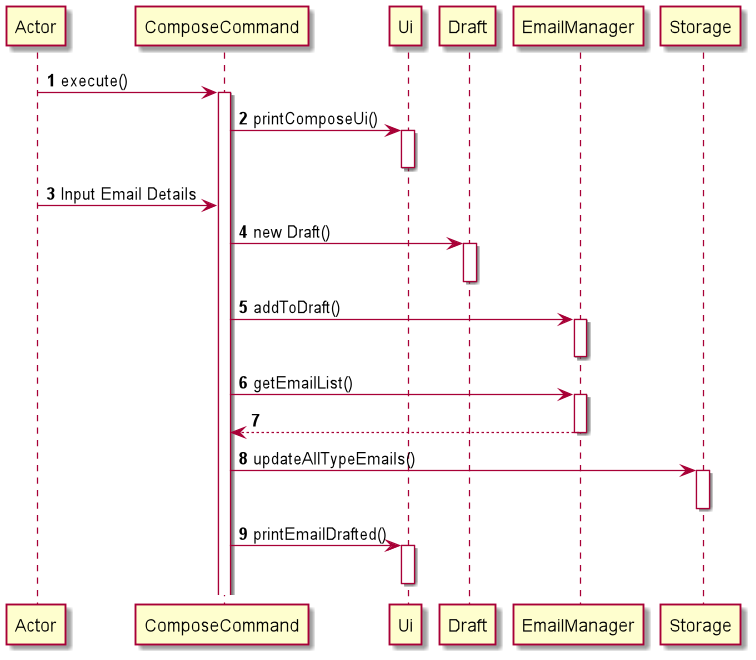
Before: docs/Sequence Diagrams/ComposeCommand.png, a diagram exported from PlantUML (yanli1215/tp). Source of this version:
```plantuml
@startuml

autonumber

Actor -> ComposeCommand : execute()
activate ComposeCommand

ComposeCommand -> Ui : printComposeUi()
activate Ui
deactivate Ui

Actor -> ComposeCommand : Input Email Details

ComposeCommand -> Draft : new Draft()
activate Draft
deactivate Draft

ComposeCommand -> EmailManager : addToDraft()
activate EmailManager
deactivate EmailManager

ComposeCommand -> EmailManager : getEmailList()
activate EmailManager
EmailManager ---> ComposeCommand
deactivate EmailManager

ComposeCommand -> Storage : updateAllTypeEmails()
activate Storage
deactivate Storage

ComposeCommand -> Ui : printEmailDrafted()
activate Ui
deactivate Ui



deactivate EmailManager
@enduml
```
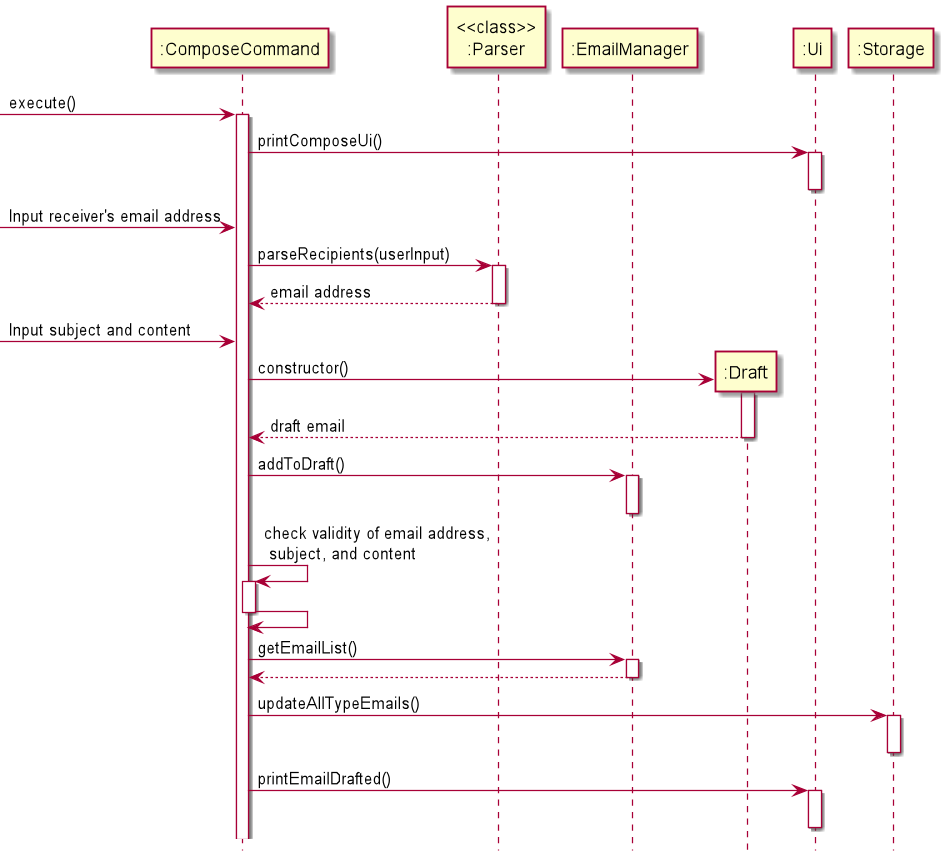
Above is the later version.

Commit message:
modified sequence diagram for compose command

Change to the diagram source:
```diff
@@ -1,23 +1,41 @@
 @startuml
 
-autonumber
+participant ":ComposeCommand" as ComposeCommand
+participant "<<class>>\n:Parser" as Parser
+participant ":EmailManager" as EmailManager
+participant ":Draft" as Draft
+participant ":Ui" as Ui
+participant ":Storage" as Storage
+hide footbox
 
-Actor -> ComposeCommand : execute()
+ -> ComposeCommand : execute()
 activate ComposeCommand
 
 ComposeCommand -> Ui : printComposeUi()
 activate Ui
 deactivate Ui
 
-Actor -> ComposeCommand : Input Email Details
+-> ComposeCommand : Input receiver's email address
+ComposeCommand -> Parser : parseRecipients(userInput)
+activate Parser
+return email address
+deactivate Parser
 
-ComposeCommand -> Draft : new Draft()
+-> ComposeCommand : Input subject and content
+create Draft
+ComposeCommand -> Draft : constructor()
 activate Draft
+return draft email
 deactivate Draft
 
 ComposeCommand -> EmailManager : addToDraft()
 activate EmailManager
 deactivate EmailManager
+
+ComposeCommand -> ComposeCommand : check validity of email address,\n subject, and content
+activate ComposeCommand
+ComposeCommand -> ComposeCommand
+deactivate ComposeCommand
 
 ComposeCommand -> EmailManager : getEmailList()
 activate EmailManager
@@ -32,7 +50,4 @@
 activate Ui
 deactivate Ui
 
-
-
-deactivate EmailManager
 @enduml
```
